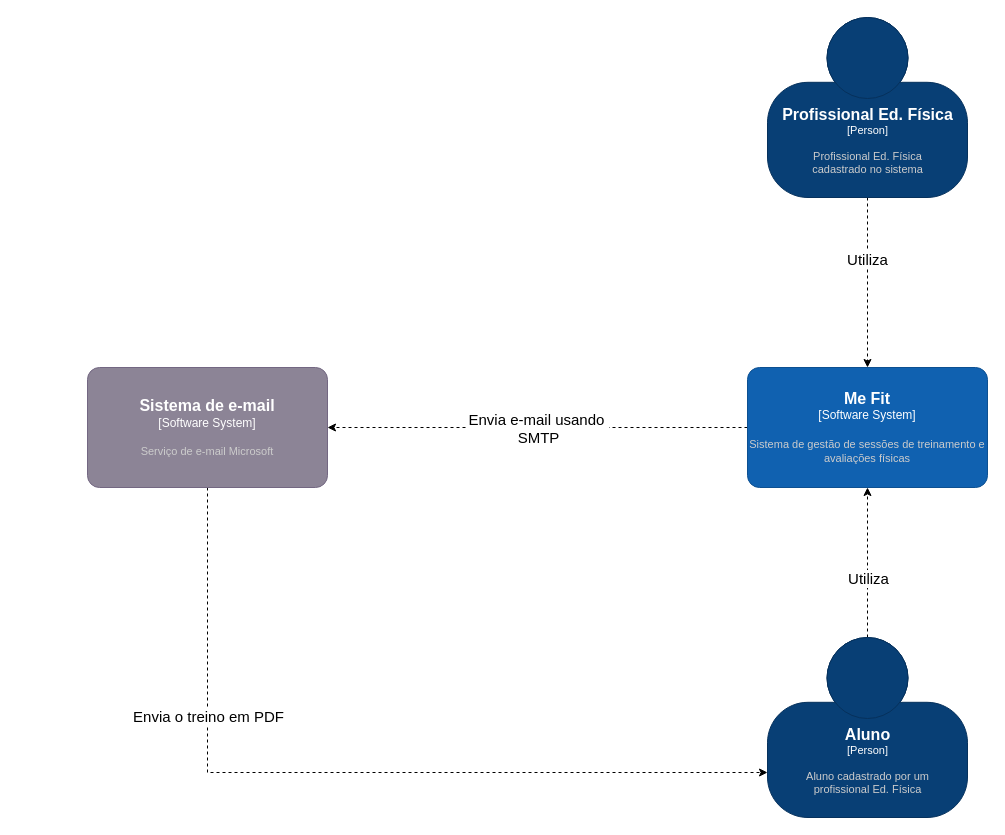
This is page "Context" (2 of 2) of docs/diagramas.drawio from carloshsjbv/pucminas, a draw.io file, before an edit. Source tidied: cells renumbered, new cells numbered last; positions are measured from the earlier drawing's top-left corner, leaving out a move shared by most shapes. Both pictures are drawn from the tidied source at 100%, with x=0, y=0 at pixel (87, 17).
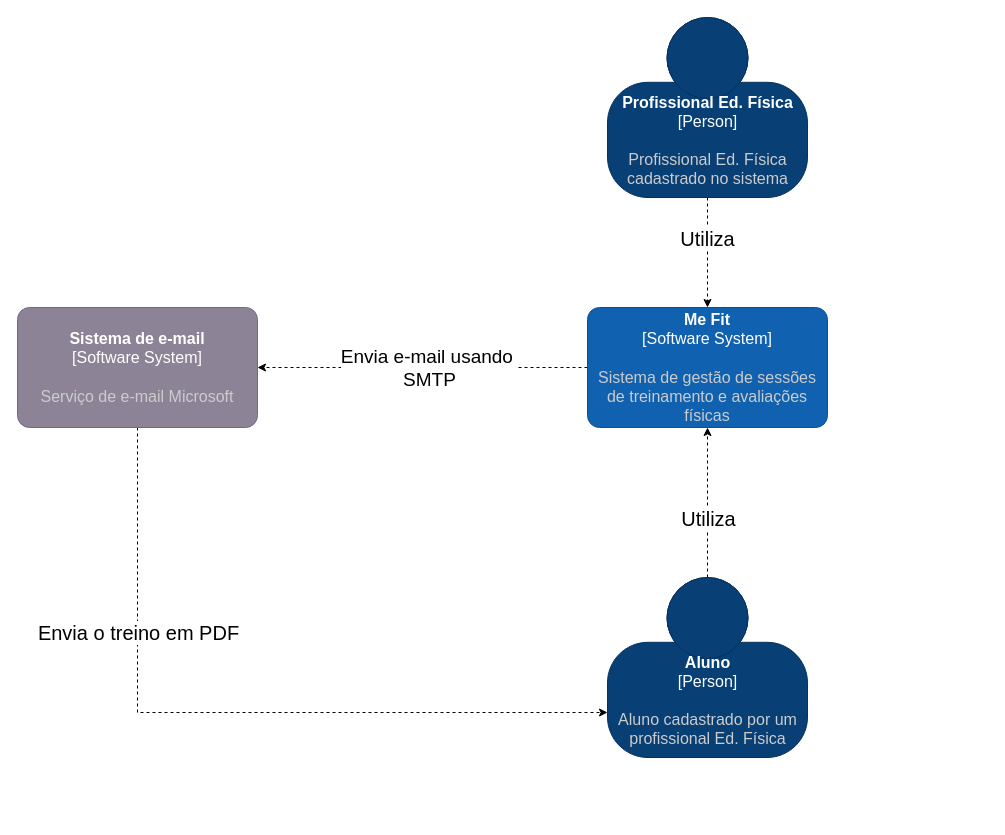
After the change.

Commit message (it also covers changes not shown here):
Atualizando tamanho da fonte do diagrama de contexto e versão do documento principal em pdf e docx

What changed in the source:
```diff
@@
 <mxGraphModel>
   <root>
     <mxCell id="0" />
     <mxCell id="1" parent="0" />
     <mxCell id="2" style="edgeStyle=orthogonalEdgeStyle;rounded=0;jettySize=auto;html=1;entryX=0.5;entryY=0;entryDx=0;entryDy=0;entryPerimeter=0;dashed=1;" parent="1" edge="1" source="4" target="7">
       <mxGeometry relative="1" as="geometry" />
     </mxCell>
-    <mxCell id="3" value="&lt;font style=&quot;font-size: 15px ; background-color: rgb(255 , 255 , 255)&quot;&gt;Utiliza&lt;/font&gt;" style="edgeLabel;html=1;align=center;verticalAlign=middle;" parent="2" vertex="1">
+    <mxCell id="3" value="&lt;font style=&quot;font-size: 20px; background-color: rgb(255, 255, 255);&quot;&gt;Utiliza&lt;/font&gt;" style="edgeLabel;html=1;align=center;verticalAlign=middle;fontSize=20;" parent="2" vertex="1">
       <mxGeometry x="-0.28" y="-1" relative="1" as="geometry" />
     </mxCell>
-    <object id="4" label="&lt;font style=&quot;font-size: 16px&quot;&gt;&lt;b&gt;%c4Name%&lt;/b&gt;&lt;/font&gt;&lt;div&gt;[%c4Type%]&lt;/div&gt;&lt;br&gt;&lt;div&gt;&lt;font style=&quot;font-size: 11px&quot;&gt;&lt;font color=&quot;#cccccc&quot;&gt;%c4Description%&lt;/font&gt;&lt;/div&gt;" c4Description="Profissional Ed. Física &#10;cadastrado no sistema" c4Name="Profissional Ed. Física" c4Type="Person" placeholders="1">
-      <mxCell style="html=1;fontSize=11;dashed=0;whitespace=wrap;fillColor=#083F75;strokeColor=#06315C;fontColor=#ffffff;shape=mxgraph.c4.person2;align=center;points=[[0.5,0,0],[1,0.5,0],[1,0.75,0],[0.75,1,0],[0.5,1,0],[0.25,1,0],[0,0.75,0],[0,0.5,0]];" parent="1" vertex="1">
-        <mxGeometry x="680" width="200" height="180" as="geometry" />
+    <object id="4" label="&lt;font style=&quot;font-size: 16px;&quot;&gt;&lt;b style=&quot;font-size: 16px;&quot;&gt;%c4Name%&lt;/b&gt;&lt;/font&gt;&lt;div style=&quot;font-size: 16px;&quot;&gt;[%c4Type%]&lt;/div&gt;&lt;br style=&quot;font-size: 16px;&quot;&gt;&lt;div style=&quot;font-size: 16px;&quot;&gt;&lt;font style=&quot;font-size: 16px;&quot;&gt;&lt;font color=&quot;#cccccc&quot; style=&quot;font-size: 16px;&quot;&gt;%c4Description%&lt;/font&gt;&lt;/font&gt;&lt;/div&gt;" c4Description="Profissional Ed. Física &#10;cadastrado no sistema" c4Name="Profissional Ed. Física" c4Type="Person" placeholders="1">
+      <mxCell style="html=1;fontSize=16;dashed=0;whitespace=wrap;fillColor=#083F75;strokeColor=#06315C;fontColor=#ffffff;shape=mxgraph.c4.person2;align=center;points=[[0.5,0,0],[1,0.5,0],[1,0.75,0],[0.75,1,0],[0.5,1,0],[0.25,1,0],[0,0.75,0],[0,0.5,0]];" parent="1" vertex="1">
+        <mxGeometry x="520" width="200" height="180" as="geometry" />
       </mxCell>
     </object>
     <mxCell id="5" style="edgeStyle=orthogonalEdgeStyle;rounded=0;jettySize=auto;html=1;entryX=1;entryY=0.5;entryDx=0;entryDy=0;entryPerimeter=0;dashed=1;" parent="1" edge="1" source="7" target="10">
       <mxGeometry relative="1" as="geometry" />
     </mxCell>
-    <mxCell id="6" value="Envia e-mail usando&amp;nbsp;&lt;br&gt;SMTP" style="edgeLabel;html=1;align=center;verticalAlign=middle;fontSize=15;" parent="5" vertex="1">
+    <mxCell id="6" value="Envia e-mail usando&amp;nbsp;&lt;br style=&quot;font-size: 19px;&quot;&gt;SMTP" style="edgeLabel;html=1;align=center;verticalAlign=middle;fontSize=19;" parent="5" vertex="1">
       <mxGeometry x="0.15" y="-3" relative="1" as="geometry">
         <mxPoint x="31" y="3" as="offset" />
       </mxGeometry>
     </mxCell>
-    <object id="7" label="&lt;font style=&quot;font-size: 16px&quot;&gt;&lt;b&gt;%c4Name%&lt;/b&gt;&lt;/font&gt;&lt;div&gt;[%c4Type%]&lt;/div&gt;&lt;br&gt;&lt;div&gt;&lt;font style=&quot;font-size: 11px&quot;&gt;&lt;font color=&quot;#cccccc&quot;&gt;%c4Description%&lt;/font&gt;&lt;/div&gt;" c4Description="Sistema de gestão de sessões de treinamento e avaliações físicas" c4Name="Me Fit" c4Type="Software System" placeholders="1">
-      <mxCell style="rounded=1;whiteSpace=wrap;html=1;labelBackgroundColor=none;fillColor=#1061B0;fontColor=#ffffff;align=center;arcSize=10;strokeColor=#0D5091;points=[[0.25,0,0],[0.5,0,0],[0.75,0,0],[1,0.25,0],[1,0.5,0],[1,0.75,0],[0.75,1,0],[0.5,1,0],[0.25,1,0],[0,0.75,0],[0,0.5,0],[0,0.25,0]];" parent="1" vertex="1">
-        <mxGeometry x="660" y="350" width="240" height="120" as="geometry" />
+    <object id="7" label="&lt;font style=&quot;font-size: 16px;&quot;&gt;&lt;b style=&quot;font-size: 16px;&quot;&gt;%c4Name%&lt;/b&gt;&lt;/font&gt;&lt;div style=&quot;font-size: 16px;&quot;&gt;[%c4Type%]&lt;/div&gt;&lt;br style=&quot;font-size: 16px;&quot;&gt;&lt;div style=&quot;font-size: 16px;&quot;&gt;&lt;font style=&quot;font-size: 16px;&quot;&gt;&lt;font color=&quot;#cccccc&quot; style=&quot;font-size: 16px;&quot;&gt;%c4Description%&lt;/font&gt;&lt;/font&gt;&lt;/div&gt;" c4Description="Sistema de gestão de sessões de treinamento e avaliações físicas" c4Name="Me Fit" c4Type="Software System" placeholders="1">
+      <mxCell style="rounded=1;whiteSpace=wrap;html=1;labelBackgroundColor=none;fillColor=#1061B0;fontColor=#ffffff;align=center;arcSize=10;strokeColor=#0D5091;points=[[0.25,0,0],[0.5,0,0],[0.75,0,0],[1,0.25,0],[1,0.5,0],[1,0.75,0],[0.75,1,0],[0.5,1,0],[0.25,1,0],[0,0.75,0],[0,0.5,0],[0,0.25,0]];fontSize=16;" parent="1" vertex="1">
+        <mxGeometry x="500" y="290" width="240" height="120" as="geometry" />
       </mxCell>
     </object>
     <mxCell id="8" style="edgeStyle=orthogonalEdgeStyle;rounded=0;jettySize=auto;html=1;entryX=0;entryY=0.75;entryDx=0;entryDy=0;entryPerimeter=0;dashed=1;exitX=0.5;exitY=1;exitDx=0;exitDy=0;exitPerimeter=0;" parent="1" edge="1" source="10" target="13">
       <mxGeometry relative="1" as="geometry" />
     </mxCell>
-    <mxCell id="9" value="Envia o treino em PDF" style="edgeLabel;html=1;align=center;verticalAlign=middle;fontSize=15;" parent="8" vertex="1">
+    <mxCell id="9" value="Envia o treino em PDF" style="edgeLabel;html=1;align=center;verticalAlign=middle;fontSize=20;" parent="8" vertex="1">
       <mxGeometry x="-0.47" y="1" relative="1" as="geometry">
         <mxPoint x="-1" y="4" as="offset" />
       </mxGeometry>
     </mxCell>
-    <object id="10" label="&lt;font style=&quot;font-size: 16px&quot;&gt;&lt;b&gt;%c4Name%&lt;/b&gt;&lt;/font&gt;&lt;div&gt;[%c4Type%]&lt;/div&gt;&lt;br&gt;&lt;div&gt;&lt;font style=&quot;font-size: 11px&quot;&gt;&lt;font color=&quot;#cccccc&quot;&gt;%c4Description%&lt;/font&gt;&lt;/div&gt;" c4Description="Serviço de e-mail Microsoft" c4Name="Sistema de e-mail" c4Type="Software System" placeholders="1">
-      <mxCell style="rounded=1;whiteSpace=wrap;html=1;labelBackgroundColor=none;fillColor=#8C8496;fontColor=#ffffff;align=center;arcSize=10;strokeColor=#736782;points=[[0.25,0,0],[0.5,0,0],[0.75,0,0],[1,0.25,0],[1,0.5,0],[1,0.75,0],[0.75,1,0],[0.5,1,0],[0.25,1,0],[0,0.75,0],[0,0.5,0],[0,0.25,0]];" parent="1" vertex="1">
-        <mxGeometry y="350" width="240" height="120" as="geometry" />
+    <object id="10" label="&lt;font style=&quot;font-size: 16px;&quot;&gt;&lt;b style=&quot;font-size: 16px;&quot;&gt;%c4Name%&lt;/b&gt;&lt;/font&gt;&lt;div style=&quot;font-size: 16px;&quot;&gt;[%c4Type%]&lt;/div&gt;&lt;br style=&quot;font-size: 16px;&quot;&gt;&lt;div style=&quot;font-size: 16px;&quot;&gt;&lt;font style=&quot;font-size: 16px;&quot;&gt;&lt;font color=&quot;#cccccc&quot; style=&quot;font-size: 16px;&quot;&gt;%c4Description%&lt;/font&gt;&lt;/font&gt;&lt;/div&gt;" c4Description="Serviço de e-mail Microsoft" c4Name="Sistema de e-mail" c4Type="Software System" placeholders="1">
+      <mxCell style="rounded=1;whiteSpace=wrap;html=1;labelBackgroundColor=none;fillColor=#8C8496;fontColor=#ffffff;align=center;arcSize=10;strokeColor=#736782;points=[[0.25,0,0],[0.5,0,0],[0.75,0,0],[1,0.25,0],[1,0.5,0],[1,0.75,0],[0.75,1,0],[0.5,1,0],[0.25,1,0],[0,0.75,0],[0,0.5,0],[0,0.25,0]];fontSize=16;" parent="1" vertex="1">
+        <mxGeometry x="-70" y="290" width="240" height="120" as="geometry" />
       </mxCell>
     </object>
     <mxCell id="11" style="edgeStyle=orthogonalEdgeStyle;rounded=0;jettySize=auto;html=1;entryX=0.5;entryY=1;entryDx=0;entryDy=0;entryPerimeter=0;dashed=1;fontSize=15;" parent="1" edge="1" source="13" target="7">
       <mxGeometry relative="1" as="geometry" />
     </mxCell>
-    <mxCell id="12" value="Utiliza" style="edgeLabel;html=1;align=center;verticalAlign=middle;fontSize=15;" parent="11" vertex="1">
+    <mxCell id="12" value="Utiliza" style="edgeLabel;html=1;align=center;verticalAlign=middle;fontSize=20;" parent="11" vertex="1">
       <mxGeometry x="0.23" y="2" relative="1" as="geometry">
         <mxPoint x="2" y="32" as="offset" />
       </mxGeometry>
     </mxCell>
-    <object id="13" label="&lt;font style=&quot;font-size: 16px&quot;&gt;&lt;b&gt;%c4Name%&lt;/b&gt;&lt;/font&gt;&lt;div&gt;[%c4Type%]&lt;/div&gt;&lt;br&gt;&lt;div&gt;&lt;font style=&quot;font-size: 11px&quot;&gt;&lt;font color=&quot;#cccccc&quot;&gt;%c4Description%&lt;/font&gt;&lt;/div&gt;" c4Description="Aluno cadastrado por um &#10;profissional Ed. Física" c4Name="Aluno" c4Type="Person" placeholders="1">
-      <mxCell style="html=1;fontSize=11;dashed=0;whitespace=wrap;fillColor=#083F75;strokeColor=#06315C;fontColor=#ffffff;shape=mxgraph.c4.person2;align=center;points=[[0.5,0,0],[1,0.5,0],[1,0.75,0],[0.75,1,0],[0.5,1,0],[0.25,1,0],[0,0.75,0],[0,0.5,0]];" parent="1" vertex="1">
-        <mxGeometry x="680" y="620" width="200" height="180" as="geometry" />
+    <object id="13" label="&lt;font style=&quot;font-size: 16px;&quot;&gt;&lt;b style=&quot;font-size: 16px;&quot;&gt;%c4Name%&lt;/b&gt;&lt;/font&gt;&lt;div style=&quot;font-size: 16px;&quot;&gt;[%c4Type%]&lt;/div&gt;&lt;br style=&quot;font-size: 16px;&quot;&gt;&lt;div style=&quot;font-size: 16px;&quot;&gt;&lt;font style=&quot;font-size: 16px;&quot;&gt;&lt;font color=&quot;#cccccc&quot; style=&quot;font-size: 16px;&quot;&gt;%c4Description%&lt;/font&gt;&lt;/font&gt;&lt;/div&gt;" c4Description="Aluno cadastrado por um &#10;profissional Ed. Física" c4Name="Aluno" c4Type="Person" placeholders="1">
+      <mxCell style="html=1;fontSize=16;dashed=0;whitespace=wrap;fillColor=#083F75;strokeColor=#06315C;fontColor=#ffffff;shape=mxgraph.c4.person2;align=center;points=[[0.5,0,0],[1,0.5,0],[1,0.75,0],[0.75,1,0],[0.5,1,0],[0.25,1,0],[0,0.75,0],[0,0.5,0]];" parent="1" vertex="1">
+        <mxGeometry x="520" y="560" width="200" height="180" as="geometry" />
       </mxCell>
     </object>
   </root>
 </mxGraphModel>
```
